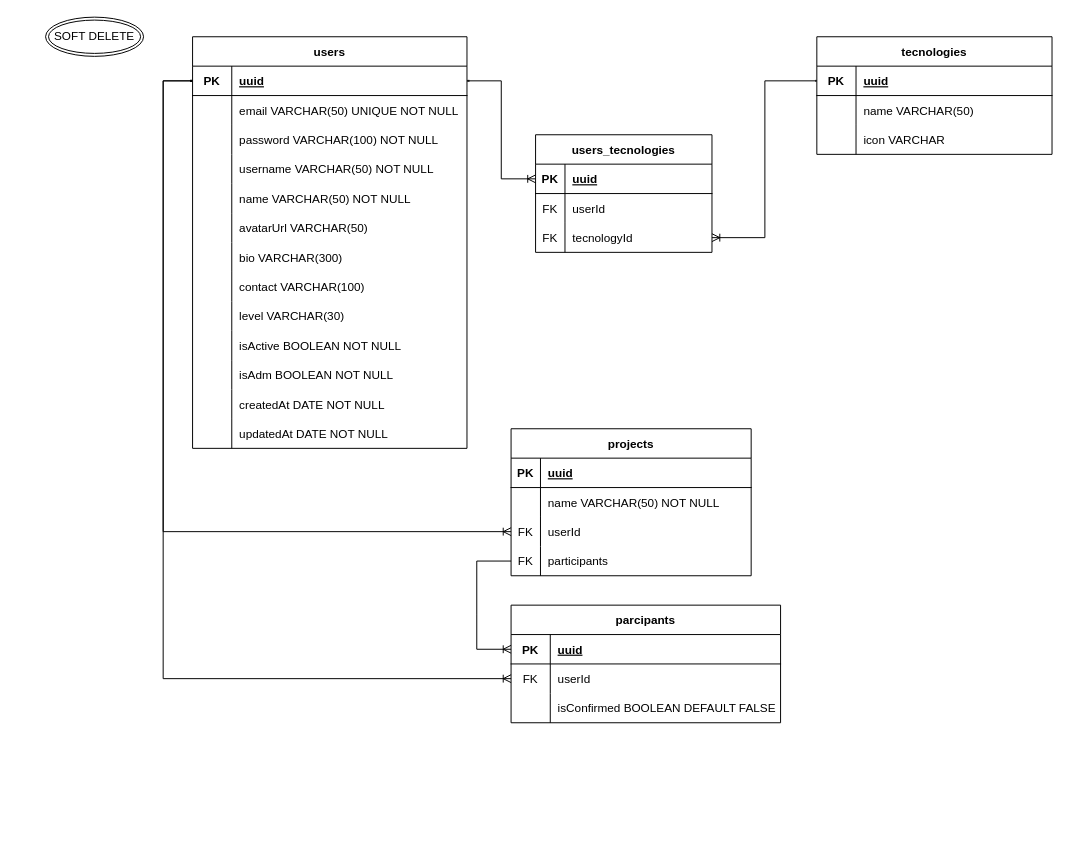
The draw.io diagram diagramXML.drawio in developingpurposes/api_workmatch, before the edit. Source tidied: cells renumbered, new cells numbered last; positions are measured from the earlier drawing's top-left corner, leaving out a move shared by most shapes. Both pictures are drawn from the tidied source at 98%, with x=0, y=0 at pixel (45, 17).
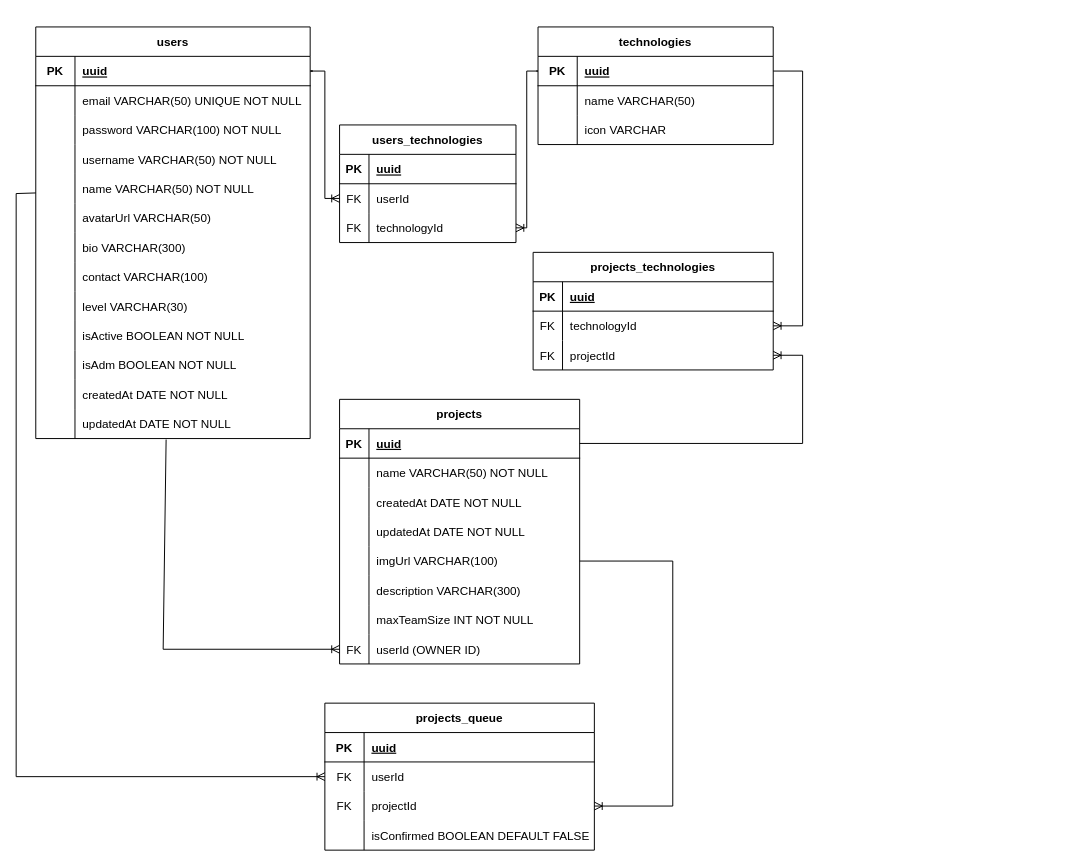
Above is the later version.

The change refers to these unchanged cells:
```xml
<mxCell id="3" style="shape=tableRow;horizontal=0;startSize=0;swimlaneHead=0;swimlaneBody=0;fillColor=none;points=[[0,0.5],[1,0.5]];portConstraint=eastwest;top=0;left=0;right=0;bottom=1;" parent="2" vertex="1">
  <mxGeometry y="30" width="280" height="30" as="geometry" />
</mxCell>
<mxCell id="15" style="shape=tableRow;horizontal=0;startSize=0;swimlaneHead=0;swimlaneBody=0;fillColor=none;points=[[0,0.5],[1,0.5]];portConstraint=eastwest;top=0;left=0;right=0;bottom=0;" parent="2" vertex="1">
  <mxGeometry y="150" width="280" height="30" as="geometry" />
</mxCell>
<mxCell id="39" style="shape=tableRow;horizontal=0;startSize=0;swimlaneHead=0;swimlaneBody=0;fillColor=none;points=[[0,0.5],[1,0.5]];portConstraint=eastwest;top=0;left=0;right=0;bottom=0;" parent="2" vertex="1">
  <mxGeometry y="390" width="280" height="30" as="geometry" />
</mxCell>
<mxCell id="44" style="shape=tableRow;horizontal=0;startSize=0;swimlaneHead=0;swimlaneBody=0;fillColor=none;points=[[0,0.5],[1,0.5]];portConstraint=eastwest;top=0;left=0;right=0;bottom=1;" parent="43" vertex="1">
  <mxGeometry y="30" width="180" height="30" as="geometry" />
</mxCell>
<mxCell id="47" style="shape=tableRow;horizontal=0;startSize=0;swimlaneHead=0;swimlaneBody=0;fillColor=none;points=[[0,0.5],[1,0.5]];portConstraint=eastwest;top=0;left=0;right=0;bottom=0;" parent="43" vertex="1">
  <mxGeometry y="60" width="180" height="30" as="geometry" />
</mxCell>
<mxCell id="50" style="shape=tableRow;horizontal=0;startSize=0;swimlaneHead=0;swimlaneBody=0;fillColor=none;points=[[0,0.5],[1,0.5]];portConstraint=eastwest;top=0;left=0;right=0;bottom=0;" parent="43" vertex="1">
  <mxGeometry y="90" width="180" height="30" as="geometry" />
</mxCell>
<mxCell id="54" style="shape=tableRow;horizontal=0;startSize=0;swimlaneHead=0;swimlaneBody=0;fillColor=none;points=[[0,0.5],[1,0.5]];portConstraint=eastwest;top=0;left=0;right=0;bottom=1;" parent="53" vertex="1">
  <mxGeometry y="30" width="240" height="30" as="geometry" />
</mxCell>
<mxCell id="66" style="shape=tableRow;horizontal=0;startSize=0;swimlaneHead=0;swimlaneBody=0;fillColor=none;points=[[0,0.5],[1,0.5]];portConstraint=eastwest;top=0;left=0;right=0;bottom=1;strokeColor=default;fontFamily=Helvetica;fontSize=12;fontColor=default;" parent="65" vertex="1">
  <mxGeometry y="30" width="245" height="30" as="geometry" />
</mxCell>
<mxCell id="80" style="shape=tableRow;horizontal=0;startSize=0;swimlaneHead=0;swimlaneBody=0;fillColor=none;points=[[0,0.5],[1,0.5]];portConstraint=eastwest;top=0;left=0;right=0;bottom=1;" parent="79" vertex="1">
  <mxGeometry y="30" width="275" height="30" as="geometry" />
</mxCell>
<mxCell id="83" style="shape=tableRow;horizontal=0;startSize=0;swimlaneHead=0;swimlaneBody=0;fillColor=none;points=[[0,0.5],[1,0.5]];portConstraint=eastwest;top=0;left=0;right=0;bottom=0;" parent="79" vertex="1">
  <mxGeometry y="60" width="275" height="30" as="geometry" />
</mxCell>
```

Diff of the diagram source:
```diff
@@
     <mxCell id="2" value="users" style="shape=table;startSize=30;childLayout=tableLayout;rowLines=0;fontStyle=1;align=center;" parent="1" vertex="1">
-      <mxGeometry x="150" y="20" width="280" height="420" as="geometry" />
+      <mxGeometry x="-10" y="10" width="280" height="420" as="geometry" />
     </mxCell>
@@
-    <mxCell id="42" value="SOFT DELETE" style="ellipse;shape=doubleEllipse;margin=3;whiteSpace=wrap;html=1;align=center;" parent="1" vertex="1">
-      <mxGeometry width="100" height="40" as="geometry" />
-    </mxCell>
-    <mxCell id="43" value="users_tecnologies" style="shape=table;startSize=30;childLayout=tableLayout;rowLines=0;fontStyle=1;align=center;" parent="1" vertex="1">
-      <mxGeometry x="500" y="120" width="180" height="120" as="geometry" />
+    <mxCell id="43" value="users_technologies" style="shape=table;startSize=30;childLayout=tableLayout;rowLines=0;fontStyle=1;align=center;" parent="1" vertex="1">
+      <mxGeometry x="300" y="110" width="180" height="120" as="geometry" />
     </mxCell>
@@
-    <mxCell id="52" value="tecnologyId" style="shape=partialRectangle;fillColor=none;top=0;left=0;bottom=0;right=0;align=left;spacingLeft=6;overflow=hidden;" parent="50" vertex="1">
+    <mxCell id="52" value="technologyId" style="shape=partialRectangle;fillColor=none;top=0;left=0;bottom=0;right=0;align=left;spacingLeft=6;overflow=hidden;" parent="50" vertex="1">
       <mxGeometry x="30" width="150" height="30" as="geometry" />
     </mxCell>
-    <mxCell id="53" value="tecnologies" style="shape=table;startSize=30;childLayout=tableLayout;rowLines=0;fontStyle=1;align=center;" parent="1" vertex="1">
-      <mxGeometry x="787" y="20" width="240" height="120" as="geometry" />
+    <mxCell id="53" value="technologies" style="shape=table;startSize=30;childLayout=tableLayout;rowLines=0;fontStyle=1;align=center;" parent="1" vertex="1">
+      <mxGeometry x="502.5" y="10" width="240" height="120" as="geometry" />
     </mxCell>
@@
-    <mxCell id="63" style="edgeStyle=elbowEdgeStyle;fontSize=12;html=1;endArrow=ERoneToMany;startArrow=ERmandOne;rounded=0;fontFamily=Helvetica;fontColor=default;startSize=0;" parent="1" edge="1" source="3" target="44">
+    <mxCell id="63" style="edgeStyle=elbowEdgeStyle;fontSize=12;html=1;endArrow=ERoneToMany;startArrow=ERmandOne;rounded=0;fontFamily=Helvetica;fontColor=default;startSize=0;" parent="1" edge="1" source="3" target="47">
       <mxGeometry relative="1" as="geometry" />
     </mxCell>
@@
     <mxCell id="65" value="projects" style="shape=table;startSize=30;childLayout=tableLayout;rowLines=0;fontStyle=1;align=center;strokeColor=default;fontFamily=Helvetica;fontSize=12;fontColor=default;fillColor=none;" parent="1" vertex="1">
-      <mxGeometry x="475" y="420" width="245" height="150" as="geometry" />
+      <mxGeometry x="300" y="390" width="245" height="270" as="geometry" />
     </mxCell>
@@
+    <mxCell id="91" style="shape=tableRow;horizontal=0;startSize=0;swimlaneHead=0;swimlaneBody=0;fillColor=none;top=0;left=0;right=0;bottom=0;strokeColor=default;fontFamily=Helvetica;fontSize=12;fontColor=default;" parent="65" vertex="1">
+      <mxGeometry y="90" width="245" height="30" as="geometry" />
+    </mxCell>
+    <mxCell id="92" style="shape=partialRectangle;fillColor=none;top=0;left=0;bottom=0;right=0;overflow=hidden;strokeColor=default;fontFamily=Helvetica;fontSize=12;fontColor=default;startSize=0;" parent="91" vertex="1">
+      <mxGeometry width="30" height="30" as="geometry" />
+    </mxCell>
+    <mxCell id="93" value="createdAt DATE NOT NULL" style="shape=partialRectangle;fillColor=none;top=0;left=0;bottom=0;right=0;align=left;spacingLeft=6;overflow=hidden;strokeColor=default;fontFamily=Helvetica;fontSize=12;fontColor=default;startSize=0;" parent="91" vertex="1">
+      <mxGeometry x="30" width="215" height="30" as="geometry" />
+    </mxCell>
+    <mxCell id="75" style="shape=tableRow;horizontal=0;startSize=0;swimlaneHead=0;swimlaneBody=0;fillColor=none;points=[[0,0.5],[1,0.5]];portConstraint=eastwest;top=0;left=0;right=0;bottom=0;strokeColor=default;fontFamily=Helvetica;fontSize=12;fontColor=default;" parent="65" vertex="1">
+      <mxGeometry y="120" width="245" height="30" as="geometry" />
+    </mxCell>
+    <mxCell id="94" style="shape=partialRectangle;fillColor=none;top=0;left=0;bottom=0;right=0;overflow=hidden;strokeColor=default;fontFamily=Helvetica;fontSize=12;fontColor=default;startSize=0;" parent="75" vertex="1">
+      <mxGeometry width="30" height="30" as="geometry" />
+    </mxCell>
+    <mxCell id="95" value="updatedAt DATE NOT NULL" style="shape=partialRectangle;fillColor=none;top=0;left=0;bottom=0;right=0;align=left;spacingLeft=6;overflow=hidden;strokeColor=default;fontFamily=Helvetica;fontSize=12;fontColor=default;startSize=0;" parent="75" vertex="1">
+      <mxGeometry x="30" width="215" height="30" as="geometry" />
+    </mxCell>
+    <mxCell id="96" style="shape=tableRow;horizontal=0;startSize=0;swimlaneHead=0;swimlaneBody=0;fillColor=none;points=[[0,0.5],[1,0.5]];portConstraint=eastwest;top=0;left=0;right=0;bottom=0;strokeColor=default;fontFamily=Helvetica;fontSize=12;fontColor=default;" parent="65" vertex="1">
+      <mxGeometry y="150" width="245" height="30" as="geometry" />
+    </mxCell>
+    <mxCell id="97" style="shape=partialRectangle;fillColor=none;top=0;left=0;bottom=0;right=0;overflow=hidden;strokeColor=default;fontFamily=Helvetica;fontSize=12;fontColor=default;startSize=0;" parent="96" vertex="1">
+      <mxGeometry width="30" height="30" as="geometry" />
+    </mxCell>
+    <mxCell id="98" value="imgUrl VARCHAR(100)" style="shape=partialRectangle;fillColor=none;top=0;left=0;bottom=0;right=0;align=left;spacingLeft=6;overflow=hidden;strokeColor=default;fontFamily=Helvetica;fontSize=12;fontColor=default;startSize=0;" parent="96" vertex="1">
+      <mxGeometry x="30" width="215" height="30" as="geometry" />
+    </mxCell>
+    <mxCell id="99" style="shape=tableRow;horizontal=0;startSize=0;swimlaneHead=0;swimlaneBody=0;fillColor=none;top=0;left=0;right=0;bottom=0;strokeColor=default;fontFamily=Helvetica;fontSize=12;fontColor=default;" parent="65" vertex="1">
+      <mxGeometry y="180" width="245" height="30" as="geometry" />
+    </mxCell>
+    <mxCell id="100" style="shape=partialRectangle;fillColor=none;top=0;left=0;bottom=0;right=0;overflow=hidden;strokeColor=default;fontFamily=Helvetica;fontSize=12;fontColor=default;startSize=0;" parent="99" vertex="1">
+      <mxGeometry width="30" height="30" as="geometry" />
+    </mxCell>
+    <mxCell id="101" value="description VARCHAR(300)" style="shape=partialRectangle;fillColor=none;top=0;left=0;bottom=0;right=0;align=left;spacingLeft=6;overflow=hidden;strokeColor=default;fontFamily=Helvetica;fontSize=12;fontColor=default;startSize=0;" parent="99" vertex="1">
+      <mxGeometry x="30" width="215" height="30" as="geometry" />
+    </mxCell>
+    <mxCell id="102" style="shape=tableRow;horizontal=0;startSize=0;swimlaneHead=0;swimlaneBody=0;fillColor=none;top=0;left=0;right=0;bottom=0;strokeColor=default;fontFamily=Helvetica;fontSize=12;fontColor=default;" parent="65" vertex="1">
+      <mxGeometry y="210" width="245" height="30" as="geometry" />
+    </mxCell>
+    <mxCell id="103" style="shape=partialRectangle;fillColor=none;top=0;left=0;bottom=0;right=0;overflow=hidden;strokeColor=default;fontFamily=Helvetica;fontSize=12;fontColor=default;startSize=0;" parent="102" vertex="1">
+      <mxGeometry width="30" height="30" as="geometry" />
+    </mxCell>
+    <mxCell id="104" value="maxTeamSize INT NOT NULL" style="shape=partialRectangle;fillColor=none;top=0;left=0;bottom=0;right=0;align=left;spacingLeft=6;overflow=hidden;strokeColor=default;fontFamily=Helvetica;fontSize=12;fontColor=default;startSize=0;" parent="102" vertex="1">
+      <mxGeometry x="30" width="215" height="30" as="geometry" />
+    </mxCell>
     <mxCell id="72" style="shape=tableRow;horizontal=0;startSize=0;swimlaneHead=0;swimlaneBody=0;fillColor=none;points=[[0,0.5],[1,0.5]];portConstraint=eastwest;top=0;left=0;right=0;bottom=0;strokeColor=default;fontFamily=Helvetica;fontSize=12;fontColor=default;" parent="65" vertex="1">
-      <mxGeometry y="90" width="245" height="30" as="geometry" />
+      <mxGeometry y="240" width="245" height="30" as="geometry" />
     </mxCell>
@@
-    <mxCell id="74" value="userId" style="shape=partialRectangle;fillColor=none;top=0;left=0;bottom=0;right=0;align=left;spacingLeft=6;overflow=hidden;strokeColor=default;fontFamily=Helvetica;fontSize=12;fontColor=default;startSize=0;" parent="72" vertex="1">
+    <mxCell id="74" value="userId (OWNER ID)" style="shape=partialRectangle;fillColor=none;top=0;left=0;bottom=0;right=0;align=left;spacingLeft=6;overflow=hidden;strokeColor=default;fontFamily=Helvetica;fontSize=12;fontColor=default;startSize=0;" parent="72" vertex="1">
       <mxGeometry x="30" width="215" height="30" as="geometry" />
     </mxCell>
-    <mxCell id="75" style="shape=tableRow;horizontal=0;startSize=0;swimlaneHead=0;swimlaneBody=0;fillColor=none;points=[[0,0.5],[1,0.5]];portConstraint=eastwest;top=0;left=0;right=0;bottom=0;strokeColor=default;fontFamily=Helvetica;fontSize=12;fontColor=default;" parent="65" vertex="1">
-      <mxGeometry y="120" width="245" height="30" as="geometry" />
-    </mxCell>
-    <mxCell id="76" value="FK" style="shape=partialRectangle;fillColor=none;top=0;left=0;bottom=0;right=0;overflow=hidden;strokeColor=default;fontFamily=Helvetica;fontSize=12;fontColor=default;startSize=0;" parent="75" vertex="1">
-      <mxGeometry width="30" height="30" as="geometry" />
-    </mxCell>
-    <mxCell id="77" value="participants" style="shape=partialRectangle;fillColor=none;top=0;left=0;bottom=0;right=0;align=left;spacingLeft=6;overflow=hidden;strokeColor=default;fontFamily=Helvetica;fontSize=12;fontColor=default;startSize=0;" parent="75" vertex="1">
-      <mxGeometry x="30" width="215" height="30" as="geometry" />
-    </mxCell>
-    <mxCell id="78" style="edgeStyle=elbowEdgeStyle;fontSize=12;html=1;endArrow=ERoneToMany;startArrow=ERmandOne;rounded=0;fontFamily=Helvetica;fontColor=default;startSize=0;" parent="1" edge="1" source="3" target="72">
-      <mxGeometry relative="1" as="geometry">
-        <Array as="points">
-          <mxPoint x="120" y="410" />
-        </Array>
-      </mxGeometry>
-    </mxCell>
-    <mxCell id="79" value="parcipants" style="shape=table;startSize=30;childLayout=tableLayout;rowLines=0;fontStyle=1;align=center;" parent="1" vertex="1">
-      <mxGeometry x="475" y="600" width="275" height="120" as="geometry" />
+    <mxCell id="79" value="projects_queue" style="shape=table;startSize=30;childLayout=tableLayout;rowLines=0;fontStyle=1;align=center;" parent="1" vertex="1">
+      <mxGeometry x="285" y="700" width="275" height="150" as="geometry" />
     </mxCell>
@@
+    <mxCell id="105" style="shape=tableRow;horizontal=0;startSize=0;swimlaneHead=0;swimlaneBody=0;fillColor=none;points=[[0,0.5],[1,0.5]];portConstraint=eastwest;top=0;left=0;right=0;bottom=0;" parent="79" vertex="1">
+      <mxGeometry y="90" width="275" height="30" as="geometry" />
+    </mxCell>
+    <mxCell id="106" value="FK" style="shape=partialRectangle;fillColor=none;top=0;left=0;bottom=0;right=0;overflow=hidden;" parent="105" vertex="1">
+      <mxGeometry width="40" height="30" as="geometry" />
+    </mxCell>
+    <mxCell id="107" value="projectId" style="shape=partialRectangle;fillColor=none;top=0;left=0;bottom=0;right=0;align=left;spacingLeft=6;overflow=hidden;" parent="105" vertex="1">
+      <mxGeometry x="40" width="235" height="30" as="geometry" />
+    </mxCell>
     <mxCell id="86" style="shape=tableRow;horizontal=0;startSize=0;swimlaneHead=0;swimlaneBody=0;fillColor=none;top=0;left=0;right=0;bottom=0;" parent="79" vertex="1">
-      <mxGeometry y="90" width="275" height="30" as="geometry" />
+      <mxGeometry y="120" width="275" height="30" as="geometry" />
     </mxCell>
@@
-    <mxCell id="89" style="fontSize=12;html=1;endArrow=ERoneToMany;rounded=0;fontFamily=Helvetica;fontColor=default;startSize=0;exitX=0;exitY=0.5;exitDx=0;exitDy=0;" parent="1" edge="1" source="75" target="80">
-      <mxGeometry relative="1" as="geometry">
-        <Array as="points">
-          <mxPoint x="440" y="555" />
-          <mxPoint x="440" y="610" />
-          <mxPoint x="440" y="645" />
-        </Array>
-      </mxGeometry>
-    </mxCell>
-    <mxCell id="90" style="edgeStyle=elbowEdgeStyle;fontSize=12;html=1;endArrow=ERoneToMany;startArrow=ERmandOne;rounded=0;fontFamily=Helvetica;fontColor=default;startSize=0;exitX=0;exitY=0.5;exitDx=0;exitDy=0;" parent="1" edge="1" source="3" target="83">
-      <mxGeometry relative="1" as="geometry">
-        <Array as="points">
-          <mxPoint x="120" y="425" />
-        </Array>
-      </mxGeometry>
-    </mxCell>
+    <mxCell id="108" value="projects_technologies" style="shape=table;startSize=30;childLayout=tableLayout;rowLines=0;fontStyle=1;align=center;strokeColor=default;fontFamily=Helvetica;fontSize=12;fontColor=default;fillColor=none;" parent="1" vertex="1">
+      <mxGeometry x="497.5" y="240" width="245" height="120" as="geometry" />
+    </mxCell>
+    <mxCell id="109" style="shape=tableRow;horizontal=0;startSize=0;swimlaneHead=0;swimlaneBody=0;fillColor=none;top=0;left=0;right=0;bottom=1;strokeColor=default;fontFamily=Helvetica;fontSize=12;fontColor=default;" parent="108" vertex="1">
+      <mxGeometry y="30" width="245" height="30" as="geometry" />
+    </mxCell>
+    <mxCell id="110" value="PK" style="shape=partialRectangle;fillColor=none;top=0;left=0;bottom=0;right=0;fontStyle=1;overflow=hidden;strokeColor=default;fontFamily=Helvetica;fontSize=12;fontColor=default;startSize=0;" parent="109" vertex="1">
+      <mxGeometry width="30" height="30" as="geometry" />
+    </mxCell>
+    <mxCell id="111" value="uuid" style="shape=partialRectangle;fillColor=none;top=0;left=0;bottom=0;right=0;align=left;spacingLeft=6;fontStyle=5;overflow=hidden;strokeColor=default;fontFamily=Helvetica;fontSize=12;fontColor=default;startSize=0;" parent="109" vertex="1">
+      <mxGeometry x="30" width="215" height="30" as="geometry" />
+    </mxCell>
+    <mxCell id="112" style="shape=tableRow;horizontal=0;startSize=0;swimlaneHead=0;swimlaneBody=0;fillColor=none;points=[[0,0.5],[1,0.5]];portConstraint=eastwest;top=0;left=0;right=0;bottom=0;strokeColor=default;fontFamily=Helvetica;fontSize=12;fontColor=default;" parent="108" vertex="1">
+      <mxGeometry y="60" width="245" height="30" as="geometry" />
+    </mxCell>
+    <mxCell id="113" value="FK" style="shape=partialRectangle;fillColor=none;top=0;left=0;bottom=0;right=0;overflow=hidden;strokeColor=default;fontFamily=Helvetica;fontSize=12;fontColor=default;startSize=0;" parent="112" vertex="1">
+      <mxGeometry width="30" height="30" as="geometry" />
+    </mxCell>
+    <mxCell id="114" value="technologyId" style="shape=partialRectangle;fillColor=none;top=0;left=0;bottom=0;right=0;align=left;spacingLeft=6;overflow=hidden;strokeColor=default;fontFamily=Helvetica;fontSize=12;fontColor=default;startSize=0;" parent="112" vertex="1">
+      <mxGeometry x="30" width="215" height="30" as="geometry" />
+    </mxCell>
+    <mxCell id="115" style="shape=tableRow;horizontal=0;startSize=0;swimlaneHead=0;swimlaneBody=0;fillColor=none;points=[[0,0.5],[1,0.5]];portConstraint=eastwest;top=0;left=0;right=0;bottom=0;strokeColor=default;fontFamily=Helvetica;fontSize=12;fontColor=default;" parent="108" vertex="1">
+      <mxGeometry y="90" width="245" height="30" as="geometry" />
+    </mxCell>
+    <mxCell id="116" value="FK" style="shape=partialRectangle;fillColor=none;top=0;left=0;bottom=0;right=0;overflow=hidden;strokeColor=default;fontFamily=Helvetica;fontSize=12;fontColor=default;startSize=0;" parent="115" vertex="1">
+      <mxGeometry width="30" height="30" as="geometry" />
+    </mxCell>
+    <mxCell id="117" value="projectId" style="shape=partialRectangle;fillColor=none;top=0;left=0;bottom=0;right=0;align=left;spacingLeft=6;overflow=hidden;strokeColor=default;fontFamily=Helvetica;fontSize=12;fontColor=default;startSize=0;" parent="115" vertex="1">
+      <mxGeometry x="30" width="215" height="30" as="geometry" />
+    </mxCell>
+    <mxCell id="118" style="edgeStyle=entityRelationEdgeStyle;fontSize=12;html=1;endArrow=ERoneToMany;rounded=0;" parent="1" edge="1" source="54" target="112">
+      <mxGeometry relative="1" as="geometry" />
+    </mxCell>
+    <mxCell id="119" style="edgeStyle=entityRelationEdgeStyle;fontSize=12;html=1;endArrow=ERoneToMany;rounded=0;" parent="1" edge="1" source="66" target="115">
+      <mxGeometry relative="1" as="geometry" />
+    </mxCell>
+    <mxCell id="120" style="fontSize=12;html=1;endArrow=ERoneToMany;rounded=0;exitX=0.475;exitY=1.033;exitDx=0;exitDy=0;exitPerimeter=0;" parent="1" edge="1" source="39" target="72">
+      <mxGeometry relative="1" as="geometry">
+        <Array as="points">
+          <mxPoint x="120" y="645" />
+        </Array>
+      </mxGeometry>
+    </mxCell>
+    <mxCell id="121" style="fontSize=12;html=1;endArrow=ERoneToMany;rounded=0;" parent="1" edge="1" source="15" target="79">
+      <mxGeometry relative="1" as="geometry">
+        <Array as="points">
+          <mxPoint x="-30" y="180" />
+          <mxPoint x="-30" y="775" />
+        </Array>
+      </mxGeometry>
+    </mxCell>
+    <mxCell id="122" style="fontSize=12;html=1;endArrow=ERoneToMany;rounded=0;exitX=1;exitY=0.5;exitDx=0;exitDy=0;" parent="1" edge="1" source="96" target="105">
+      <mxGeometry relative="1" as="geometry">
+        <Array as="points">
+          <mxPoint x="640" y="555" />
+          <mxPoint x="640" y="805" />
+        </Array>
+      </mxGeometry>
+    </mxCell>
```
